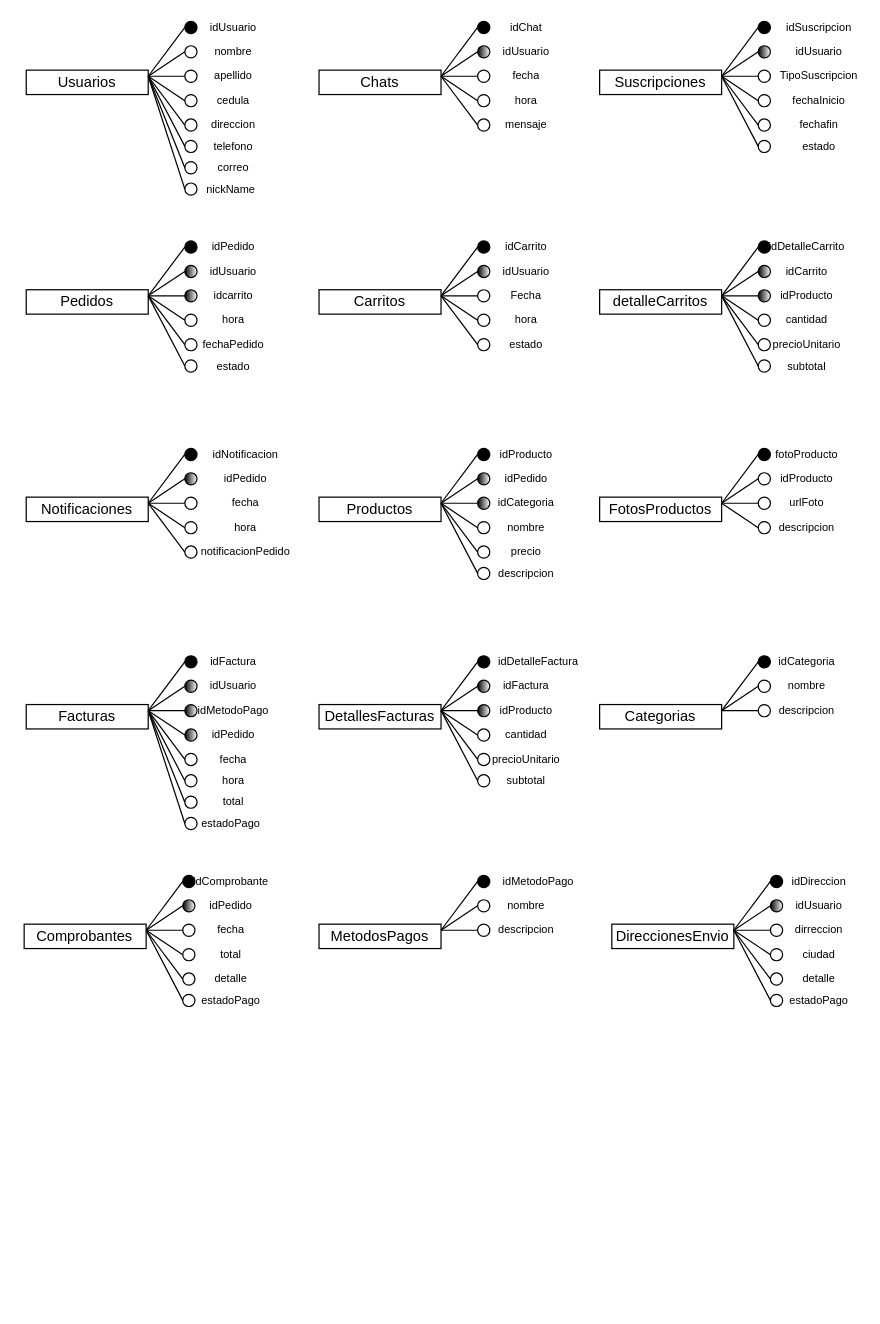
Above: BD/merKamiapp.drawio in DarkJ-18/DiagramaClasesKamiapp (draw.io), before the change. Source tidied: cells renumbered, new cells numbered last; positions are measured from the earlier drawing's top-left corner, leaving out a move shared by most shapes. Both pictures are drawn from the tidied source at 122%, with x=0, y=0 at pixel (23, 21).
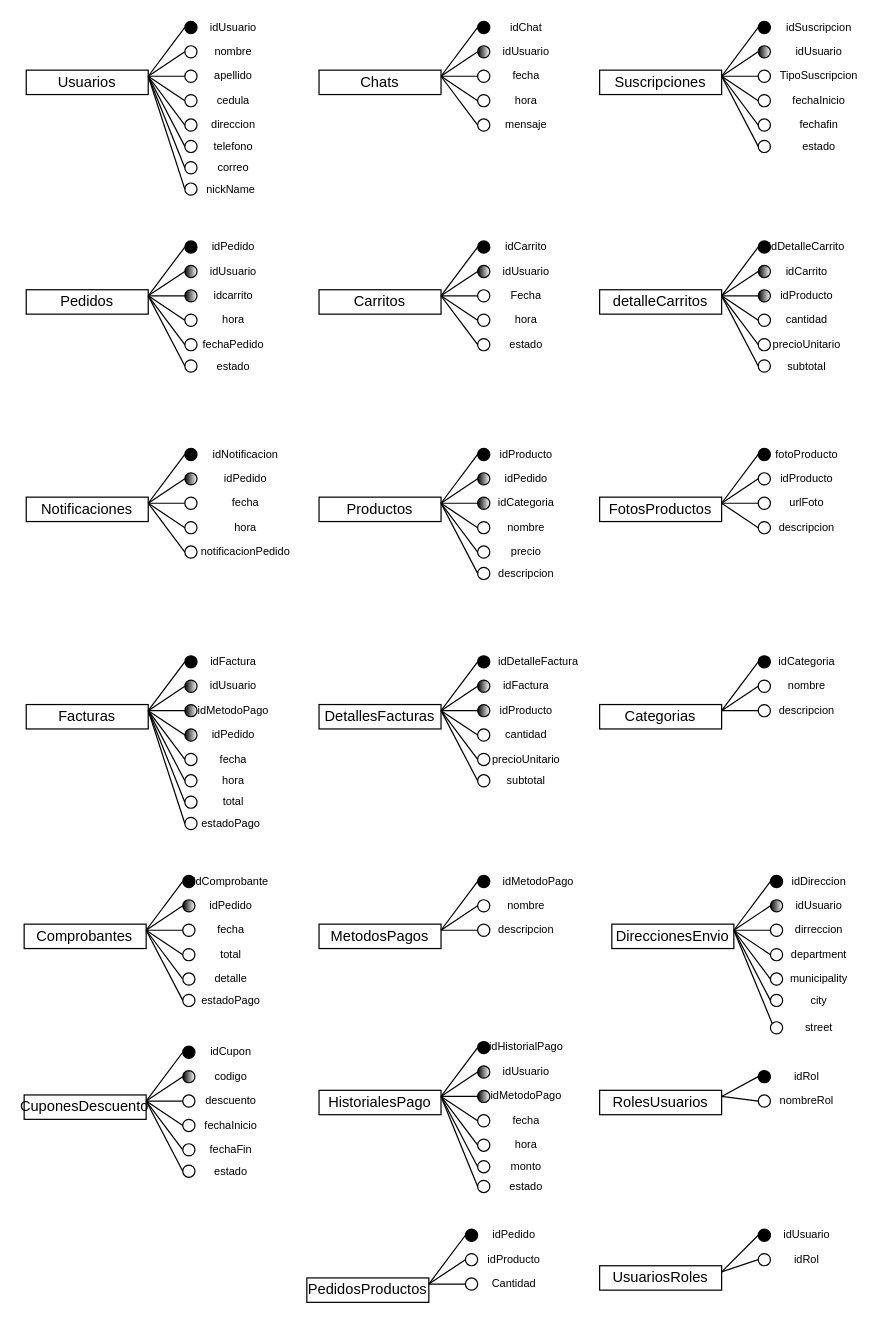
Above is the later version.

Commit message (it also covers changes not shown here):
Actualizar relaciones de tablas en bdKamiapp.sql

The change refers to these unchanged cells:
```xml
<mxCell id="261" value="DireccionesEnvio" style="whiteSpace=wrap;html=1;align=center;fillStyle=auto;strokeColor=#000000;fillColor=none;gradientColor=none;gradientDirection=south;" parent="1" vertex="1">
  <mxGeometry x="482" y="740" width="100" height="20" as="geometry" />
</mxCell>
```

What changed in the source:
```diff
@@
-    <mxCell id="276" value="ciudad" style="text;html=1;strokeColor=none;fillColor=none;align=center;verticalAlign=middle;whiteSpace=wrap;rounded=0;fillStyle=auto;strokeWidth=1;fontSize=9;" parent="1" vertex="1">
+    <mxCell id="276" value="department" style="text;html=1;strokeColor=none;fillColor=none;align=center;verticalAlign=middle;whiteSpace=wrap;rounded=0;fillStyle=auto;strokeWidth=1;fontSize=9;" parent="1" vertex="1">
       <mxGeometry x="622" y="760" width="60" height="10" as="geometry" />
     </mxCell>
-    <mxCell id="277" value="detalle" style="text;html=1;strokeColor=none;fillColor=none;align=center;verticalAlign=middle;whiteSpace=wrap;rounded=0;fillStyle=auto;strokeWidth=1;fontSize=9;" parent="1" vertex="1">
+    <mxCell id="277" value="municipality" style="text;html=1;strokeColor=none;fillColor=none;align=center;verticalAlign=middle;whiteSpace=wrap;rounded=0;fillStyle=auto;strokeWidth=1;fontSize=9;" parent="1" vertex="1">
       <mxGeometry x="622" y="780" width="60" height="10" as="geometry" />
     </mxCell>
@@
-    <mxCell id="280" value="estadoPago" style="text;html=1;strokeColor=none;fillColor=none;align=center;verticalAlign=middle;whiteSpace=wrap;rounded=0;fillStyle=auto;strokeWidth=1;fontSize=9;" parent="1" vertex="1">
+    <mxCell id="280" value="city" style="text;html=1;strokeColor=none;fillColor=none;align=center;verticalAlign=middle;whiteSpace=wrap;rounded=0;fillStyle=auto;strokeWidth=1;fontSize=9;" parent="1" vertex="1">
       <mxGeometry x="622" y="797.5" width="60" height="10" as="geometry" />
     </mxCell>
+    <mxCell id="281" style="ellipse;whiteSpace=wrap;html=1;fillStyle=auto;gradientDirection=south;strokeColor=#000000;fillColor=none;" parent="1" vertex="1">
+      <mxGeometry x="612" y="820" width="10" height="10" as="geometry" />
+    </mxCell>
+    <mxCell id="282" value="street" style="text;html=1;strokeColor=none;fillColor=none;align=center;verticalAlign=middle;whiteSpace=wrap;rounded=0;fillStyle=auto;strokeWidth=1;fontSize=9;" parent="1" vertex="1">
+      <mxGeometry x="622" y="820" width="60" height="10" as="geometry" />
+    </mxCell>
+    <mxCell id="283" style="endArrow=none;html=1;rounded=0;exitX=1;exitY=0.25;exitDx=0;exitDy=0;entryX=0;entryY=0;entryDx=0;entryDy=0;strokeColor=#000000;" parent="1" edge="1" source="261" target="281">
+      <mxGeometry relative="1" as="geometry" />
+    </mxCell>
+    <mxCell id="284" value="CuponesDescuento" style="whiteSpace=wrap;html=1;align=center;fillStyle=auto;strokeColor=#000000;fillColor=none;gradientColor=none;gradientDirection=south;" parent="1" vertex="1">
+      <mxGeometry x="0.3" y="880" width="100" height="20" as="geometry" />
+    </mxCell>
+    <mxCell id="285" style="edgeStyle=none;html=1;exitX=0;exitY=1;exitDx=0;exitDy=0;strokeColor=#000000;fontSize=9;" parent="1" edge="1" source="286">
+      <mxGeometry relative="1" as="geometry">
+        <mxPoint x="131.6" y="848.7" as="targetPoint" />
+      </mxGeometry>
+    </mxCell>
+    <mxCell id="286" style="ellipse;whiteSpace=wrap;html=1;fillStyle=auto;gradientDirection=south;strokeColor=#000000;fillColor=#000000;" parent="1" vertex="1">
+      <mxGeometry x="130.3" y="840" width="10" height="10" as="geometry" />
+    </mxCell>
+    <mxCell id="287" style="endArrow=none;html=1;rounded=0;exitX=1;exitY=0.25;exitDx=0;exitDy=0;entryX=0;entryY=0.5;entryDx=0;entryDy=0;strokeColor=#000000;" parent="1" edge="1" source="284" target="286">
+      <mxGeometry relative="1" as="geometry" />
+    </mxCell>
+    <mxCell id="288" style="ellipse;whiteSpace=wrap;html=1;fillStyle=auto;gradientDirection=west;strokeColor=#000000;fillColor=default;gradientColor=default;" parent="1" vertex="1">
+      <mxGeometry x="130.3" y="860" width="10" height="10" as="geometry" />
+    </mxCell>
+    <mxCell id="289" style="endArrow=none;html=1;rounded=0;exitX=1;exitY=0.25;exitDx=0;exitDy=0;entryX=0;entryY=0.5;entryDx=0;entryDy=0;strokeColor=#000000;" parent="1" edge="1" source="284" target="288">
+      <mxGeometry relative="1" as="geometry" />
+    </mxCell>
+    <mxCell id="290" style="ellipse;whiteSpace=wrap;html=1;fillStyle=auto;gradientDirection=south;strokeColor=#000000;fillColor=none;" parent="1" vertex="1">
+      <mxGeometry x="130.3" y="880" width="10" height="10" as="geometry" />
+    </mxCell>
+    <mxCell id="291" style="endArrow=none;html=1;rounded=0;exitX=1;exitY=0.25;exitDx=0;exitDy=0;entryX=0;entryY=0.5;entryDx=0;entryDy=0;strokeColor=#000000;" parent="1" edge="1" source="284" target="290">
+      <mxGeometry relative="1" as="geometry" />
+    </mxCell>
+    <mxCell id="292" style="ellipse;whiteSpace=wrap;html=1;fillStyle=auto;gradientDirection=south;strokeColor=#000000;fillColor=none;" parent="1" vertex="1">
+      <mxGeometry x="130.3" y="900" width="10" height="10" as="geometry" />
+    </mxCell>
+    <mxCell id="293" style="endArrow=none;html=1;rounded=0;exitX=1;exitY=0.25;exitDx=0;exitDy=0;entryX=0;entryY=0.5;entryDx=0;entryDy=0;strokeColor=#000000;" parent="1" edge="1" source="284" target="292">
+      <mxGeometry relative="1" as="geometry" />
+    </mxCell>
+    <mxCell id="294" style="ellipse;whiteSpace=wrap;html=1;fillStyle=auto;gradientDirection=south;strokeColor=#000000;fillColor=none;" parent="1" vertex="1">
+      <mxGeometry x="130.3" y="920" width="10" height="10" as="geometry" />
+    </mxCell>
+    <mxCell id="295" style="endArrow=none;html=1;rounded=0;exitX=1;exitY=0.25;exitDx=0;exitDy=0;entryX=0;entryY=0.5;entryDx=0;entryDy=0;strokeColor=#000000;" parent="1" edge="1" source="284" target="294">
+      <mxGeometry relative="1" as="geometry" />
+    </mxCell>
+    <mxCell id="296" value="idCupon" style="text;html=1;strokeColor=none;fillColor=none;align=center;verticalAlign=middle;whiteSpace=wrap;rounded=0;fillStyle=auto;strokeWidth=1;fontSize=9;" parent="1" vertex="1">
+      <mxGeometry x="140.3" y="840" width="60" height="10" as="geometry" />
+    </mxCell>
+    <mxCell id="297" value="codigo" style="text;html=1;strokeColor=none;fillColor=none;align=center;verticalAlign=middle;whiteSpace=wrap;rounded=0;fillStyle=auto;strokeWidth=1;fontSize=9;" parent="1" vertex="1">
+      <mxGeometry x="140.3" y="860" width="60" height="10" as="geometry" />
+    </mxCell>
+    <mxCell id="298" value="descuento" style="text;html=1;strokeColor=none;fillColor=none;align=center;verticalAlign=middle;whiteSpace=wrap;rounded=0;fillStyle=auto;strokeWidth=1;fontSize=9;" parent="1" vertex="1">
+      <mxGeometry x="140.3" y="880" width="60" height="10" as="geometry" />
+    </mxCell>
+    <mxCell id="299" value="fechaInicio" style="text;html=1;strokeColor=none;fillColor=none;align=center;verticalAlign=middle;whiteSpace=wrap;rounded=0;fillStyle=auto;strokeWidth=1;fontSize=9;" parent="1" vertex="1">
+      <mxGeometry x="140.3" y="900" width="60" height="10" as="geometry" />
+    </mxCell>
+    <mxCell id="300" value="fechaFin" style="text;html=1;strokeColor=none;fillColor=none;align=center;verticalAlign=middle;whiteSpace=wrap;rounded=0;fillStyle=auto;strokeWidth=1;fontSize=9;" parent="1" vertex="1">
+      <mxGeometry x="140.3" y="920" width="60" height="10" as="geometry" />
+    </mxCell>
+    <mxCell id="301" style="ellipse;whiteSpace=wrap;html=1;fillStyle=auto;gradientDirection=south;strokeColor=#000000;fillColor=none;" parent="1" vertex="1">
+      <mxGeometry x="130.3" y="937.5" width="10" height="10" as="geometry" />
+    </mxCell>
+    <mxCell id="302" style="endArrow=none;html=1;rounded=0;exitX=1;exitY=0.25;exitDx=0;exitDy=0;entryX=0;entryY=0.5;entryDx=0;entryDy=0;strokeColor=#000000;" parent="1" edge="1" source="284" target="301">
+      <mxGeometry relative="1" as="geometry" />
+    </mxCell>
+    <mxCell id="303" value="estado" style="text;html=1;strokeColor=none;fillColor=none;align=center;verticalAlign=middle;whiteSpace=wrap;rounded=0;fillStyle=auto;strokeWidth=1;fontSize=9;" parent="1" vertex="1">
+      <mxGeometry x="140.3" y="937.5" width="60" height="10" as="geometry" />
+    </mxCell>
+    <mxCell id="304" value="HistorialesPago" style="whiteSpace=wrap;html=1;align=center;fillStyle=auto;strokeColor=#000000;fillColor=none;gradientColor=none;gradientDirection=south;" parent="1" vertex="1">
+      <mxGeometry x="242" y="876.2" width="100" height="20" as="geometry" />
+    </mxCell>
+    <mxCell id="305" style="edgeStyle=none;html=1;exitX=0;exitY=1;exitDx=0;exitDy=0;strokeColor=#000000;fontSize=9;" parent="1" edge="1" source="306">
+      <mxGeometry relative="1" as="geometry">
+        <mxPoint x="373.3" y="844.9" as="targetPoint" />
+      </mxGeometry>
+    </mxCell>
+    <mxCell id="306" style="ellipse;whiteSpace=wrap;html=1;fillStyle=auto;gradientDirection=south;strokeColor=#000000;fillColor=#000000;" parent="1" vertex="1">
+      <mxGeometry x="372" y="836.2" width="10" height="10" as="geometry" />
+    </mxCell>
+    <mxCell id="307" style="endArrow=none;html=1;rounded=0;exitX=1;exitY=0.25;exitDx=0;exitDy=0;entryX=0;entryY=0.5;entryDx=0;entryDy=0;strokeColor=#000000;" parent="1" edge="1" source="304" target="306">
+      <mxGeometry relative="1" as="geometry" />
+    </mxCell>
+    <mxCell id="308" style="ellipse;whiteSpace=wrap;html=1;fillStyle=auto;gradientDirection=west;strokeColor=#000000;fillColor=default;gradientColor=default;" parent="1" vertex="1">
+      <mxGeometry x="372" y="856.2" width="10" height="10" as="geometry" />
+    </mxCell>
+    <mxCell id="309" style="endArrow=none;html=1;rounded=0;exitX=1;exitY=0.25;exitDx=0;exitDy=0;entryX=0;entryY=0.5;entryDx=0;entryDy=0;strokeColor=#000000;" parent="1" edge="1" source="304" target="308">
+      <mxGeometry relative="1" as="geometry" />
+    </mxCell>
+    <mxCell id="310" style="ellipse;whiteSpace=wrap;html=1;fillStyle=auto;gradientDirection=west;strokeColor=#000000;fillColor=default;gradientColor=default;" parent="1" vertex="1">
+      <mxGeometry x="372" y="876.2" width="10" height="10" as="geometry" />
+    </mxCell>
+    <mxCell id="311" style="endArrow=none;html=1;rounded=0;exitX=1;exitY=0.25;exitDx=0;exitDy=0;entryX=0;entryY=0.5;entryDx=0;entryDy=0;strokeColor=#000000;" parent="1" edge="1" source="304" target="310">
+      <mxGeometry relative="1" as="geometry" />
+    </mxCell>
+    <mxCell id="312" style="ellipse;whiteSpace=wrap;html=1;fillStyle=auto;gradientDirection=south;strokeColor=#000000;fillColor=none;" parent="1" vertex="1">
+      <mxGeometry x="372" y="896.2" width="10" height="10" as="geometry" />
+    </mxCell>
+    <mxCell id="313" style="endArrow=none;html=1;rounded=0;exitX=1;exitY=0.25;exitDx=0;exitDy=0;entryX=0;entryY=0.5;entryDx=0;entryDy=0;strokeColor=#000000;" parent="1" edge="1" source="304" target="312">
+      <mxGeometry relative="1" as="geometry" />
+    </mxCell>
+    <mxCell id="314" style="ellipse;whiteSpace=wrap;html=1;fillStyle=auto;gradientDirection=south;strokeColor=#000000;fillColor=none;" parent="1" vertex="1">
+      <mxGeometry x="372" y="916.2" width="10" height="10" as="geometry" />
+    </mxCell>
+    <mxCell id="315" style="endArrow=none;html=1;rounded=0;exitX=1;exitY=0.25;exitDx=0;exitDy=0;entryX=0;entryY=0.5;entryDx=0;entryDy=0;strokeColor=#000000;" parent="1" edge="1" source="304" target="314">
+      <mxGeometry relative="1" as="geometry" />
+    </mxCell>
+    <mxCell id="316" value="idHistorialPago" style="text;html=1;strokeColor=none;fillColor=none;align=center;verticalAlign=middle;whiteSpace=wrap;rounded=0;fillStyle=auto;strokeWidth=1;fontSize=9;" parent="1" vertex="1">
+      <mxGeometry x="382" y="836.2" width="60" height="10" as="geometry" />
+    </mxCell>
+    <mxCell id="317" value="idUsuario" style="text;html=1;strokeColor=none;fillColor=none;align=center;verticalAlign=middle;whiteSpace=wrap;rounded=0;fillStyle=auto;strokeWidth=1;fontSize=9;" parent="1" vertex="1">
+      <mxGeometry x="382" y="856.2" width="60" height="10" as="geometry" />
+    </mxCell>
+    <mxCell id="318" value="idMetodoPago" style="text;html=1;strokeColor=none;fillColor=none;align=center;verticalAlign=middle;whiteSpace=wrap;rounded=0;fillStyle=auto;strokeWidth=1;fontSize=9;" parent="1" vertex="1">
+      <mxGeometry x="382" y="876.2" width="60" height="10" as="geometry" />
+    </mxCell>
+    <mxCell id="319" value="fecha" style="text;html=1;strokeColor=none;fillColor=none;align=center;verticalAlign=middle;whiteSpace=wrap;rounded=0;fillStyle=auto;strokeWidth=1;fontSize=9;" parent="1" vertex="1">
+      <mxGeometry x="382" y="896.2" width="60" height="10" as="geometry" />
+    </mxCell>
+    <mxCell id="320" value="hora" style="text;html=1;strokeColor=none;fillColor=none;align=center;verticalAlign=middle;whiteSpace=wrap;rounded=0;fillStyle=auto;strokeWidth=1;fontSize=9;" parent="1" vertex="1">
+      <mxGeometry x="382" y="916.2" width="60" height="10" as="geometry" />
+    </mxCell>
+    <mxCell id="321" style="ellipse;whiteSpace=wrap;html=1;fillStyle=auto;gradientDirection=south;strokeColor=#000000;fillColor=none;" parent="1" vertex="1">
+      <mxGeometry x="372" y="933.8" width="10" height="10" as="geometry" />
+    </mxCell>
+    <mxCell id="322" style="endArrow=none;html=1;rounded=0;exitX=1;exitY=0.25;exitDx=0;exitDy=0;entryX=0;entryY=0.5;entryDx=0;entryDy=0;strokeColor=#000000;" parent="1" edge="1" source="304" target="321">
+      <mxGeometry relative="1" as="geometry" />
+    </mxCell>
+    <mxCell id="323" value="monto" style="text;html=1;strokeColor=none;fillColor=none;align=center;verticalAlign=middle;whiteSpace=wrap;rounded=0;fillStyle=auto;strokeWidth=1;fontSize=9;" parent="1" vertex="1">
+      <mxGeometry x="382" y="933.8" width="60" height="10" as="geometry" />
+    </mxCell>
+    <mxCell id="324" value="estado" style="text;html=1;strokeColor=none;fillColor=none;align=center;verticalAlign=middle;whiteSpace=wrap;rounded=0;fillStyle=auto;strokeWidth=1;fontSize=9;" parent="1" vertex="1">
+      <mxGeometry x="382" y="950" width="60" height="10" as="geometry" />
+    </mxCell>
+    <mxCell id="325" style="ellipse;whiteSpace=wrap;html=1;fillStyle=auto;gradientDirection=south;strokeColor=#000000;fillColor=none;" parent="1" vertex="1">
+      <mxGeometry x="372" y="950" width="10" height="10" as="geometry" />
+    </mxCell>
+    <mxCell id="326" style="endArrow=none;html=1;rounded=0;exitX=1;exitY=0.25;exitDx=0;exitDy=0;entryX=0;entryY=0.5;entryDx=0;entryDy=0;strokeColor=#000000;" parent="1" edge="1" source="304" target="325">
+      <mxGeometry relative="1" as="geometry" />
+    </mxCell>
+    <mxCell id="327" value="RolesUsuarios" style="whiteSpace=wrap;html=1;align=center;fillStyle=auto;strokeColor=#000000;fillColor=none;gradientColor=none;gradientDirection=south;" parent="1" vertex="1">
+      <mxGeometry x="472" y="876.2" width="100" height="20" as="geometry" />
+    </mxCell>
+    <mxCell id="328" style="edgeStyle=none;html=1;exitX=0;exitY=1;exitDx=0;exitDy=0;strokeColor=#000000;fontSize=9;" parent="1" edge="1" source="329">
+      <mxGeometry relative="1" as="geometry">
+        <mxPoint x="603.3" y="868.7" as="targetPoint" />
+      </mxGeometry>
+    </mxCell>
+    <mxCell id="329" style="ellipse;whiteSpace=wrap;html=1;fillStyle=auto;gradientDirection=south;strokeColor=#000000;fillColor=#000000;" parent="1" vertex="1">
+      <mxGeometry x="602" y="860" width="10" height="10" as="geometry" />
+    </mxCell>
+    <mxCell id="330" style="endArrow=none;html=1;rounded=0;exitX=1;exitY=0.25;exitDx=0;exitDy=0;entryX=0;entryY=0.5;entryDx=0;entryDy=0;strokeColor=#000000;" parent="1" edge="1" source="327" target="329">
+      <mxGeometry relative="1" as="geometry" />
+    </mxCell>
+    <mxCell id="331" style="ellipse;whiteSpace=wrap;html=1;fillStyle=auto;gradientDirection=south;strokeColor=#000000;fillColor=none;" parent="1" vertex="1">
+      <mxGeometry x="602" y="880" width="10" height="10" as="geometry" />
+    </mxCell>
+    <mxCell id="332" style="endArrow=none;html=1;rounded=0;exitX=1;exitY=0.25;exitDx=0;exitDy=0;entryX=0;entryY=0.5;entryDx=0;entryDy=0;strokeColor=#000000;" parent="1" edge="1" source="327" target="331">
+      <mxGeometry relative="1" as="geometry" />
+    </mxCell>
+    <mxCell id="333" value="idRol" style="text;html=1;strokeColor=none;fillColor=none;align=center;verticalAlign=middle;whiteSpace=wrap;rounded=0;fillStyle=auto;strokeWidth=1;fontSize=9;" parent="1" vertex="1">
+      <mxGeometry x="612" y="860" width="60" height="10" as="geometry" />
+    </mxCell>
+    <mxCell id="334" value="nombreRol" style="text;html=1;strokeColor=none;fillColor=none;align=center;verticalAlign=middle;whiteSpace=wrap;rounded=0;fillStyle=auto;strokeWidth=1;fontSize=9;" parent="1" vertex="1">
+      <mxGeometry x="612" y="880" width="60" height="10" as="geometry" />
+    </mxCell>
+    <mxCell id="335" value="PedidosProductos" style="whiteSpace=wrap;html=1;align=center;fillStyle=auto;strokeColor=#000000;fillColor=none;gradientColor=none;gradientDirection=south;" parent="1" vertex="1">
+      <mxGeometry x="232" y="1030" width="100" height="20" as="geometry" />
+    </mxCell>
+    <mxCell id="336" style="edgeStyle=none;html=1;exitX=0;exitY=1;exitDx=0;exitDy=0;strokeColor=#000000;fontSize=9;" parent="1" edge="1" source="337">
+      <mxGeometry relative="1" as="geometry">
+        <mxPoint x="363.3" y="998.7" as="targetPoint" />
+      </mxGeometry>
+    </mxCell>
+    <mxCell id="337" style="ellipse;whiteSpace=wrap;html=1;fillStyle=auto;gradientDirection=south;strokeColor=#000000;fillColor=#000000;" parent="1" vertex="1">
+      <mxGeometry x="362" y="990" width="10" height="10" as="geometry" />
+    </mxCell>
+    <mxCell id="338" style="endArrow=none;html=1;rounded=0;exitX=1;exitY=0.25;exitDx=0;exitDy=0;entryX=0;entryY=0.5;entryDx=0;entryDy=0;strokeColor=#000000;" parent="1" edge="1" source="335" target="337">
+      <mxGeometry relative="1" as="geometry" />
+    </mxCell>
+    <mxCell id="339" style="ellipse;whiteSpace=wrap;html=1;fillStyle=auto;gradientDirection=south;strokeColor=#000000;fillColor=none;" parent="1" vertex="1">
+      <mxGeometry x="362" y="1010" width="10" height="10" as="geometry" />
+    </mxCell>
+    <mxCell id="340" style="endArrow=none;html=1;rounded=0;exitX=1;exitY=0.25;exitDx=0;exitDy=0;entryX=0;entryY=0.5;entryDx=0;entryDy=0;strokeColor=#000000;" parent="1" edge="1" source="335" target="339">
+      <mxGeometry relative="1" as="geometry" />
+    </mxCell>
+    <mxCell id="341" style="ellipse;whiteSpace=wrap;html=1;fillStyle=auto;gradientDirection=south;strokeColor=#000000;fillColor=none;" parent="1" vertex="1">
+      <mxGeometry x="362" y="1030" width="10" height="10" as="geometry" />
+    </mxCell>
+    <mxCell id="342" style="endArrow=none;html=1;rounded=0;exitX=1;exitY=0.25;exitDx=0;exitDy=0;entryX=0;entryY=0.5;entryDx=0;entryDy=0;strokeColor=#000000;" parent="1" edge="1" source="335" target="341">
+      <mxGeometry relative="1" as="geometry" />
+    </mxCell>
+    <mxCell id="343" value="idPedido" style="text;html=1;strokeColor=none;fillColor=none;align=center;verticalAlign=middle;whiteSpace=wrap;rounded=0;fillStyle=auto;strokeWidth=1;fontSize=9;" parent="1" vertex="1">
+      <mxGeometry x="372" y="990" width="60" height="10" as="geometry" />
+    </mxCell>
+    <mxCell id="344" value="idProducto" style="text;html=1;strokeColor=none;fillColor=none;align=center;verticalAlign=middle;whiteSpace=wrap;rounded=0;fillStyle=auto;strokeWidth=1;fontSize=9;" parent="1" vertex="1">
+      <mxGeometry x="372" y="1010" width="60" height="10" as="geometry" />
+    </mxCell>
+    <mxCell id="345" value="Cantidad" style="text;html=1;strokeColor=none;fillColor=none;align=center;verticalAlign=middle;whiteSpace=wrap;rounded=0;fillStyle=auto;strokeWidth=1;fontSize=9;" parent="1" vertex="1">
+      <mxGeometry x="372" y="1030" width="60" height="10" as="geometry" />
+    </mxCell>
+    <mxCell id="346" value="UsuariosRoles" style="whiteSpace=wrap;html=1;align=center;fillStyle=auto;strokeColor=#000000;fillColor=none;gradientColor=none;gradientDirection=south;" parent="1" vertex="1">
+      <mxGeometry x="472" y="1020" width="100" height="20" as="geometry" />
+    </mxCell>
+    <mxCell id="347" style="edgeStyle=none;html=1;exitX=0;exitY=1;exitDx=0;exitDy=0;strokeColor=#000000;fontSize=9;" parent="1" edge="1" source="348">
+      <mxGeometry relative="1" as="geometry">
+        <mxPoint x="603.3" y="998.7" as="targetPoint" />
+      </mxGeometry>
+    </mxCell>
+    <mxCell id="348" style="ellipse;whiteSpace=wrap;html=1;fillStyle=auto;gradientDirection=south;strokeColor=#000000;fillColor=#000000;" parent="1" vertex="1">
+      <mxGeometry x="602" y="990" width="10" height="10" as="geometry" />
+    </mxCell>
+    <mxCell id="349" style="endArrow=none;html=1;rounded=0;exitX=1;exitY=0.25;exitDx=0;exitDy=0;entryX=0;entryY=0.5;entryDx=0;entryDy=0;strokeColor=#000000;" parent="1" edge="1" source="346" target="348">
+      <mxGeometry relative="1" as="geometry" />
+    </mxCell>
+    <mxCell id="350" style="ellipse;whiteSpace=wrap;html=1;fillStyle=auto;gradientDirection=south;strokeColor=#000000;fillColor=none;" parent="1" vertex="1">
+      <mxGeometry x="602" y="1010" width="10" height="10" as="geometry" />
+    </mxCell>
+    <mxCell id="351" style="endArrow=none;html=1;rounded=0;exitX=1;exitY=0.25;exitDx=0;exitDy=0;entryX=0;entryY=0.5;entryDx=0;entryDy=0;strokeColor=#000000;" parent="1" edge="1" source="346" target="350">
+      <mxGeometry relative="1" as="geometry" />
+    </mxCell>
+    <mxCell id="352" value="idUsuario" style="text;html=1;strokeColor=none;fillColor=none;align=center;verticalAlign=middle;whiteSpace=wrap;rounded=0;fillStyle=auto;strokeWidth=1;fontSize=9;" parent="1" vertex="1">
+      <mxGeometry x="612" y="990" width="60" height="10" as="geometry" />
+    </mxCell>
+    <mxCell id="353" value="idRol" style="text;html=1;strokeColor=none;fillColor=none;align=center;verticalAlign=middle;whiteSpace=wrap;rounded=0;fillStyle=auto;strokeWidth=1;fontSize=9;" parent="1" vertex="1">
+      <mxGeometry x="612" y="1010" width="60" height="10" as="geometry" />
+    </mxCell>
```
